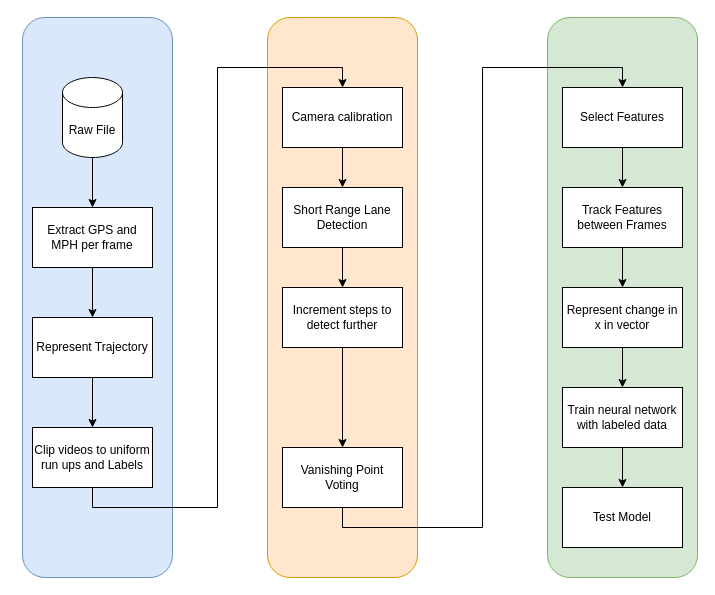
Above: Pipeline.drawio in AAP9002/Third-Year-Project (draw.io), before the change. Source tidied: cells renumbered, new cells numbered last; positions are measured from the earlier drawing's top-left corner, leaving out a move shared by most shapes. Both pictures are drawn from the tidied source at 100%, with x=0, y=0 at pixel (22, 17).
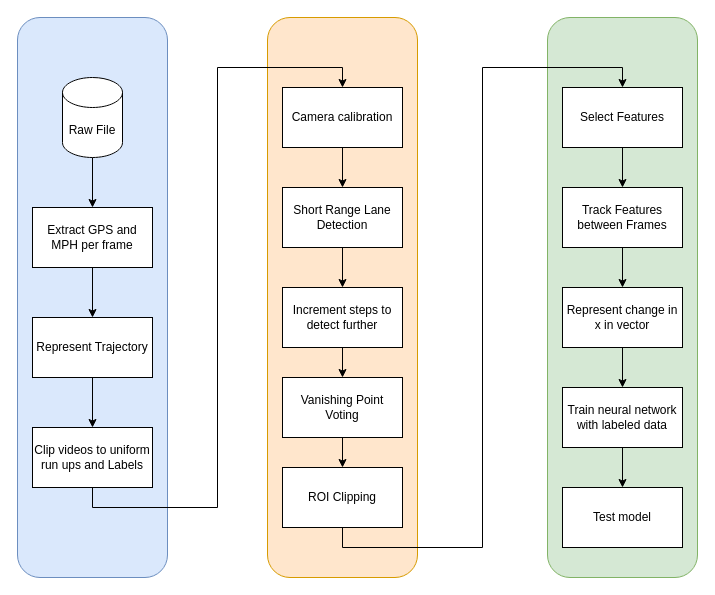
Above is the later version.

Unchanged cells that the change refers to:
```xml
<mxCell id="22" value="Select Features" style="rounded=0;whiteSpace=wrap;html=1;" parent="1" vertex="1">
  <mxGeometry x="540" y="70" width="120" height="60" as="geometry" />
</mxCell>
```

What changed in the source:
```diff
@@
     <mxCell id="4" style="rounded=1;whiteSpace=wrap;html=1;fillColor=#dae8fc;strokeColor=#6c8ebf;" parent="1" vertex="1">
-      <mxGeometry width="150" height="560" as="geometry" />
+      <mxGeometry x="-5" width="150" height="560" as="geometry" />
     </mxCell>
@@
-    <mxCell id="19" style="edgeStyle=orthogonalEdgeStyle;rounded=0;jettySize=auto;html=1;exitX=0.5;exitY=1;exitDx=0;exitDy=0;entryX=0.5;entryY=0;entryDx=0;entryDy=0;" parent="1" edge="1" source="20" target="22">
-      <mxGeometry relative="1" as="geometry" />
-    </mxCell>
+    <mxCell id="30" style="edgeStyle=orthogonalEdgeStyle;rounded=0;jettySize=auto;html=1;exitX=0.5;exitY=1;exitDx=0;exitDy=0;entryX=0.5;entryY=0;entryDx=0;entryDy=0;" parent="1" edge="1" source="20" target="32">
+      <mxGeometry relative="1" as="geometry" />
+    </mxCell>
     <mxCell id="20" value="Vanishing Point Voting" style="rounded=0;whiteSpace=wrap;html=1;" parent="1" vertex="1">
-      <mxGeometry x="260" y="430" width="120" height="60" as="geometry" />
+      <mxGeometry x="260" y="360" width="120" height="60" as="geometry" />
     </mxCell>
@@
-    <mxCell id="29" value="Test Model" style="rounded=0;whiteSpace=wrap;html=1;" parent="1" vertex="1">
+    <mxCell id="29" value="Test model" style="rounded=0;whiteSpace=wrap;html=1;" parent="1" vertex="1">
       <mxGeometry x="540" y="470" width="120" height="60" as="geometry" />
     </mxCell>
+    <mxCell id="31" style="edgeStyle=orthogonalEdgeStyle;rounded=0;jettySize=auto;html=1;exitX=0.5;exitY=1;exitDx=0;exitDy=0;entryX=0.5;entryY=0;entryDx=0;entryDy=0;" parent="1" edge="1" source="32" target="22">
+      <mxGeometry relative="1" as="geometry" />
+    </mxCell>
+    <mxCell id="32" value="ROI Clipping" style="rounded=0;whiteSpace=wrap;html=1;" parent="1" vertex="1">
+      <mxGeometry x="260" y="450" width="120" height="60" as="geometry" />
+    </mxCell>
```
